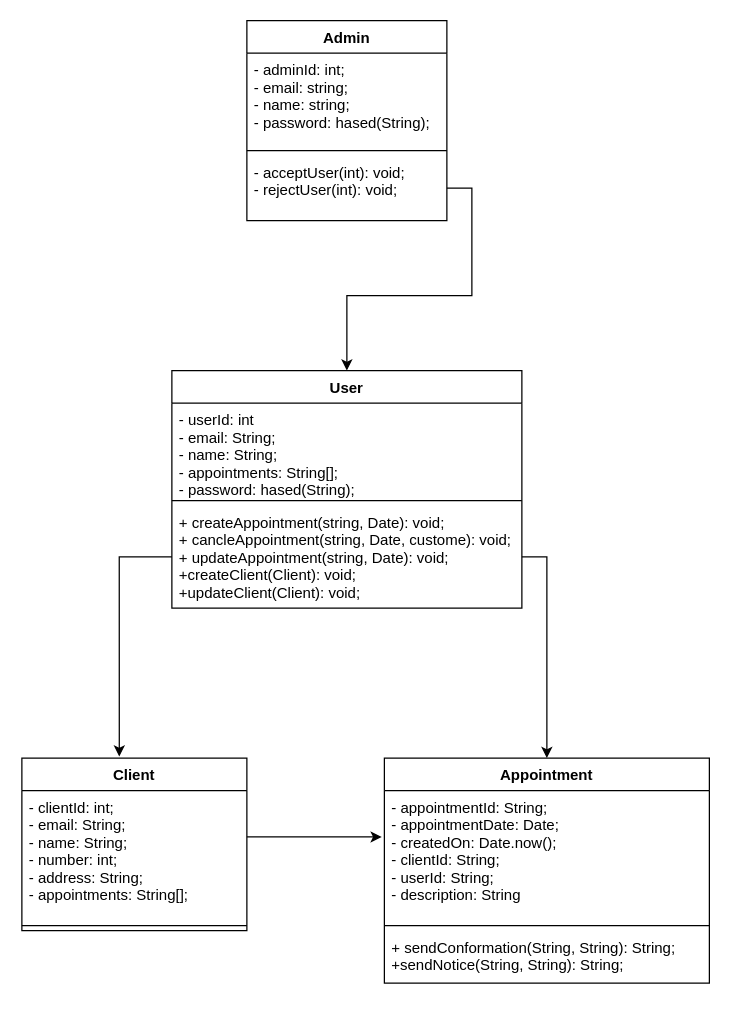
Before: sysArchitecture.Drawio in ravi0the0sun/express-app, a draw.io diagram. Source tidied: cells renumbered, new cells numbered last; positions are measured from the earlier drawing's top-left corner, leaving out a move shared by most shapes. Both pictures are drawn from the tidied source at 125%, with x=0, y=0 at pixel (21, 20).
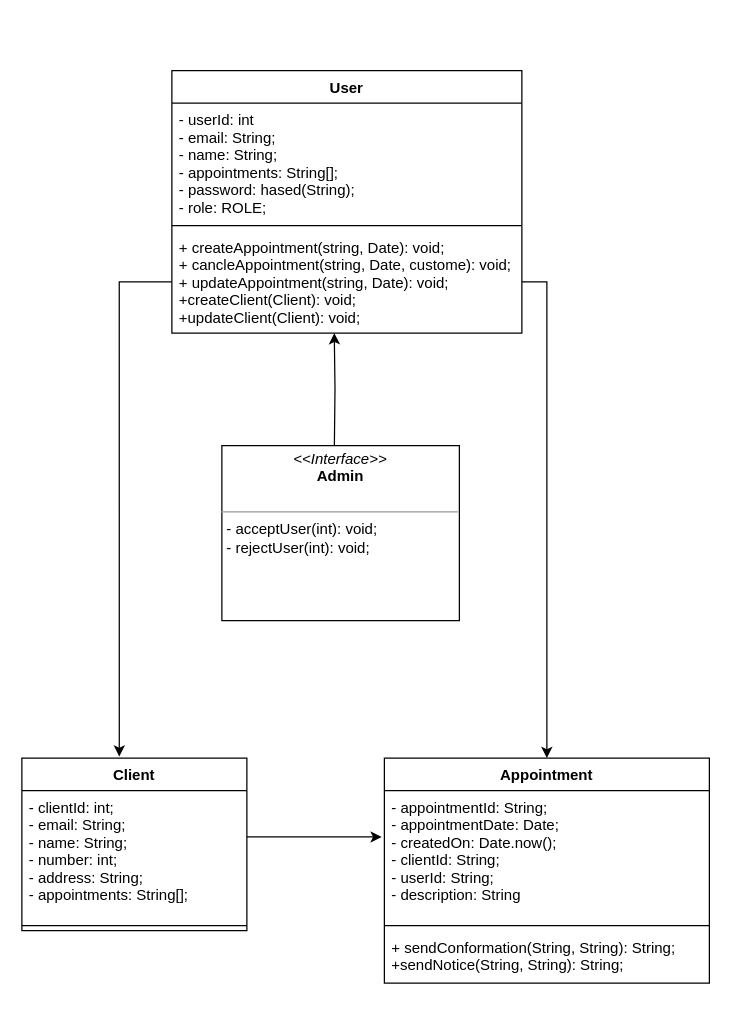
The same diagram, later.

The edit, as a diff of the source:
```diff
@@
-    <mxCell id="2" value="Admin" style="swimlane;fontStyle=1;align=center;verticalAlign=top;horizontal=1;startSize=26;" parent="1" vertex="1">
-      <mxGeometry x="180" width="160" height="160" as="geometry" />
-    </mxCell>
-    <mxCell id="3" value="- adminId: int;&#10;- email: string;&#10;- name: string;&#10;- password: hased(String);" style="text;strokeColor=none;fillColor=none;align=left;verticalAlign=top;spacingLeft=4;spacingRight=4;overflow=hidden;" parent="2" vertex="1">
-      <mxGeometry y="26" width="160" height="74" as="geometry" />
-    </mxCell>
-    <mxCell id="4" style="line;strokeWidth=1;fillColor=none;align=left;verticalAlign=middle;spacingTop=-1;spacingLeft=3;spacingRight=3;labelPosition=right;" parent="2" vertex="1">
-      <mxGeometry y="100" width="160" height="8" as="geometry" />
-    </mxCell>
-    <mxCell id="5" value="- acceptUser(int): void;&#10;- rejectUser(int): void;" style="text;strokeColor=none;fillColor=none;align=left;verticalAlign=top;spacingLeft=4;spacingRight=4;overflow=hidden;points=[[0,0.5],[1,0.5]];portConstraint=eastwest;" parent="2" vertex="1">
-      <mxGeometry y="108" width="160" height="52" as="geometry" />
-    </mxCell>
+    <mxCell id="13" value="User" style="swimlane;fontStyle=1;align=center;verticalAlign=top;horizontal=1;startSize=26;" parent="1" vertex="1">
+      <mxGeometry x="120" y="40" width="280" height="210" as="geometry" />
+    </mxCell>
+    <mxCell id="14" value="- userId: int &#10;- email: String; &#10;- name: String;&#10;- appointments: String[];&#10;- password: hased(String);&#10;- role: ROLE;" style="text;strokeColor=none;fillColor=none;align=left;verticalAlign=top;spacingLeft=4;spacingRight=4;overflow=hidden;" parent="13" vertex="1">
+      <mxGeometry y="26" width="280" height="94" as="geometry" />
+    </mxCell>
+    <mxCell id="15" style="line;strokeWidth=1;fillColor=none;align=left;verticalAlign=middle;spacingTop=-1;spacingLeft=3;spacingRight=3;labelPosition=right;" parent="13" vertex="1">
+      <mxGeometry y="120" width="280" height="8" as="geometry" />
+    </mxCell>
+    <mxCell id="16" value="+ createAppointment(string, Date): void;&#10;+ cancleAppointment(string, Date, custome): void;&#10;+ updateAppointment(string, Date): void;&#10;+createClient(Client): void;&#10;+updateClient(Client): void;" style="text;strokeColor=none;fillColor=none;align=left;verticalAlign=top;spacingLeft=4;spacingRight=4;overflow=hidden;points=[[0,0.5],[1,0.5]];portConstraint=eastwest;" parent="13" vertex="1">
+      <mxGeometry y="128" width="280" height="82" as="geometry" />
+    </mxCell>
@@
-    <mxCell id="13" value="User" style="swimlane;fontStyle=1;align=center;verticalAlign=top;horizontal=1;startSize=26;" parent="1" vertex="1">
-      <mxGeometry x="120" y="280" width="280" height="190" as="geometry" />
-    </mxCell>
-    <mxCell id="14" value="- userId: int &#10;- email: String; &#10;- name: String;&#10;- appointments: String[];&#10;- password: hased(String);" style="text;strokeColor=none;fillColor=none;align=left;verticalAlign=top;spacingLeft=4;spacingRight=4;overflow=hidden;" parent="13" vertex="1">
-      <mxGeometry y="26" width="280" height="74" as="geometry" />
-    </mxCell>
-    <mxCell id="15" style="line;strokeWidth=1;fillColor=none;align=left;verticalAlign=middle;spacingTop=-1;spacingLeft=3;spacingRight=3;labelPosition=right;" parent="13" vertex="1">
-      <mxGeometry y="100" width="280" height="8" as="geometry" />
-    </mxCell>
-    <mxCell id="16" value="+ createAppointment(string, Date): void;&#10;+ cancleAppointment(string, Date, custome): void;&#10;+ updateAppointment(string, Date): void;&#10;+createClient(Client): void;&#10;+updateClient(Client): void;" style="text;strokeColor=none;fillColor=none;align=left;verticalAlign=top;spacingLeft=4;spacingRight=4;overflow=hidden;points=[[0,0.5],[1,0.5]];portConstraint=eastwest;" parent="13" vertex="1">
-      <mxGeometry y="108" width="280" height="82" as="geometry" />
-    </mxCell>
@@
-    <mxCell id="20" style="edgeStyle=orthogonalEdgeStyle;rounded=0;jettySize=auto;html=1;exitX=1;exitY=0.5;exitDx=0;exitDy=0;entryX=0.5;entryY=0;entryDx=0;entryDy=0;" parent="1" edge="1" source="5" target="13">
-      <mxGeometry relative="1" as="geometry" />
+    <mxCell id="20" style="edgeStyle=orthogonalEdgeStyle;rounded=0;jettySize=auto;html=1;exitX=0.5;exitY=0;exitDx=0;exitDy=0;entryX=0.464;entryY=1;entryDx=0;entryDy=0;entryPerimeter=0;shadow=0;comic=0;" parent="1" edge="1" target="16">
+      <mxGeometry relative="1" as="geometry">
+        <mxPoint x="250" y="340" as="sourcePoint" />
+      </mxGeometry>
     </mxCell>
+    <mxCell id="21" value="&lt;p style=&quot;margin: 0px ; margin-top: 4px ; text-align: center&quot;&gt;&lt;i&gt;&amp;lt;&amp;lt;Interface&amp;gt;&amp;gt;&lt;/i&gt;&lt;br&gt;&lt;b&gt;Admin&lt;/b&gt;&lt;/p&gt;&lt;p style=&quot;margin: 0px ; margin-left: 4px&quot;&gt;&lt;br&gt;&lt;/p&gt;&lt;hr size=&quot;1&quot;&gt;&lt;p style=&quot;margin: 0px ; margin-left: 4px&quot;&gt;- acceptUser(int): void;&lt;br style=&quot;padding: 0px ; margin: 0px&quot;&gt;- rejectUser(int): void;&lt;br&gt;&lt;/p&gt;" style="verticalAlign=top;align=left;overflow=fill;fontSize=12;fontFamily=Helvetica;html=1;" parent="1" vertex="1">
+      <mxGeometry x="160" y="340" width="190" height="140" as="geometry" />
+    </mxCell>
```
